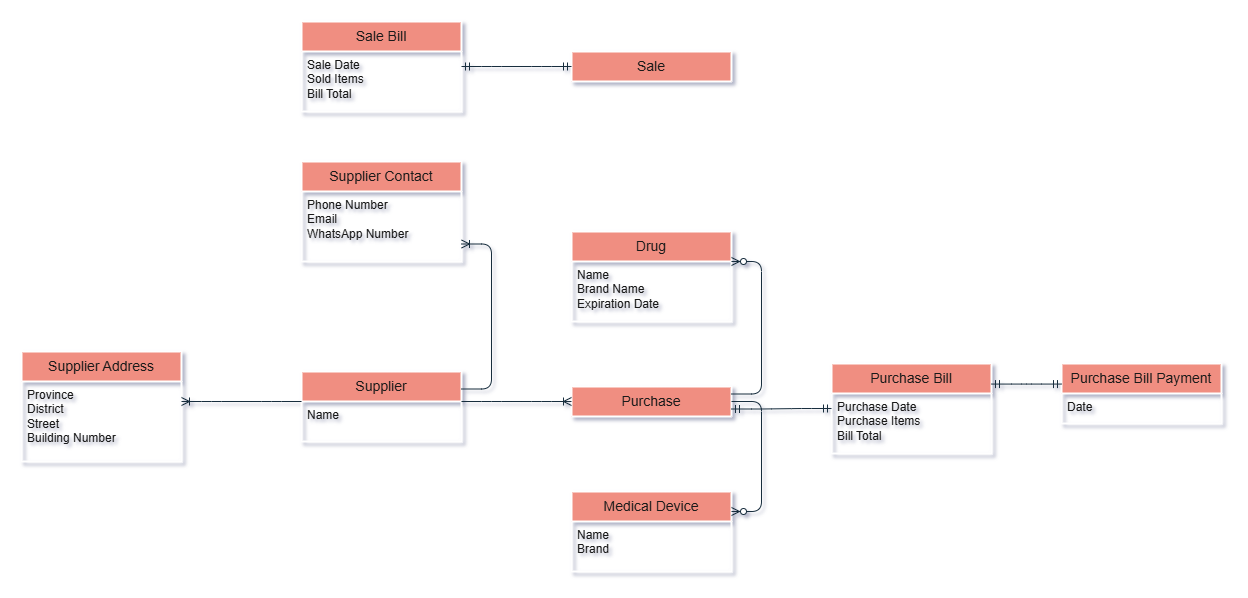
This is Maihan Pharmacy Database System/Assets/ERD.png from reza720/database-projects-collection, a draw.io export, as it was before one commit. Source tidied: cells renumbered, new cells last; positions are measured from the earlier drawing's top-left corner, leaving out a move shared by most shapes.
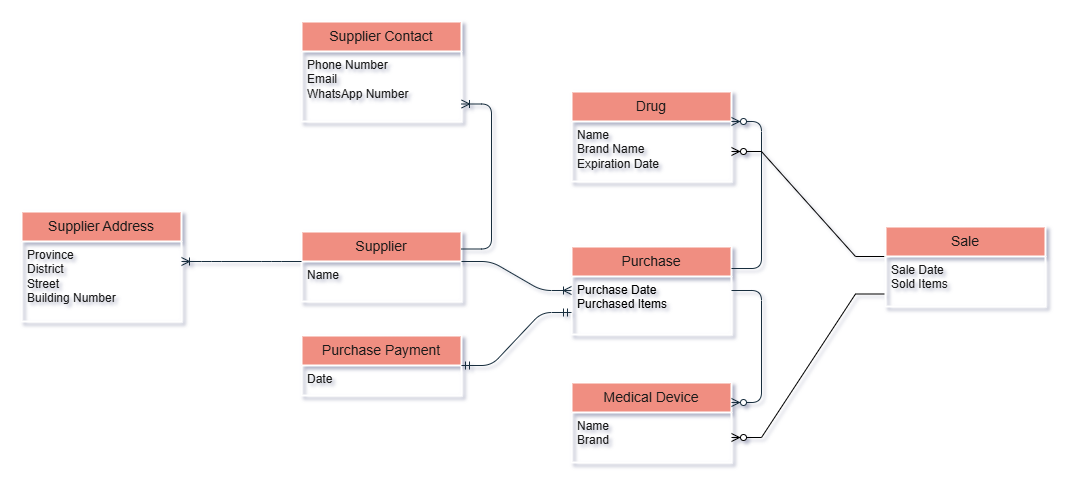
Later version of the same file.

Change to the diagram source:
```diff
@@ -20,20 +20,14 @@
     <mxCell id="7" value="Phone Number&lt;div&gt;Email&lt;/div&gt;&lt;div&gt;WhatsApp Number&lt;/div&gt;" style="align=left;strokeColor=none;fillColor=none;spacingLeft=4;spacingRight=4;fontSize=12;verticalAlign=top;html=1;whiteSpace=wrap;rounded=1;labelBackgroundColor=none;fontColor=#1A1A1A;" parent="6" vertex="1">
       <mxGeometry y="30" width="160" height="70" as="geometry" />
     </mxCell>
-    <mxCell id="8" value="Purchase Bill" style="swimlane;horizontal=1;startSize=30;rounded=1;fontSize=14;fontStyle=0;strokeWidth=2;shadow=0;dashed=0;align=center;arcSize=0;whiteSpace=wrap;html=1;labelBackgroundColor=none;fillColor=#F08E81;strokeColor=#FFFFFF;fontColor=#1A1A1A;" parent="1" vertex="1">
-      <mxGeometry x="810" y="342" width="160" height="90" as="geometry" />
-    </mxCell>
-    <mxCell id="9" value="Purchase Date&lt;div&gt;Purchase Items&lt;/div&gt;&lt;div&gt;Bill Total&lt;/div&gt;" style="align=left;strokeColor=none;fillColor=none;spacingLeft=4;spacingRight=4;fontSize=12;verticalAlign=top;html=1;whiteSpace=wrap;rounded=1;labelBackgroundColor=none;fontColor=#1A1A1A;" parent="8" vertex="1">
-      <mxGeometry y="30" width="160" height="60" as="geometry" />
-    </mxCell>
-    <mxCell id="10" value="Purchase Bill Payment" style="swimlane;horizontal=1;startSize=30;rounded=1;fontSize=14;fontStyle=0;strokeWidth=2;shadow=0;dashed=0;align=center;arcSize=0;whiteSpace=wrap;html=1;labelBackgroundColor=none;fillColor=#F08E81;strokeColor=#FFFFFF;fontColor=#1A1A1A;" parent="1" vertex="1">
-      <mxGeometry x="1040" y="342" width="160" height="60" as="geometry" />
+    <mxCell id="10" value="Purchase Payment" style="swimlane;horizontal=1;startSize=30;rounded=1;fontSize=14;fontStyle=0;strokeWidth=2;shadow=0;dashed=0;align=center;arcSize=0;whiteSpace=wrap;html=1;labelBackgroundColor=none;fillColor=#F08E81;strokeColor=#FFFFFF;fontColor=#1A1A1A;" parent="1" vertex="1">
+      <mxGeometry x="280" y="454" width="160" height="60" as="geometry" />
     </mxCell>
     <mxCell id="11" value="Date" style="align=left;strokeColor=none;fillColor=none;spacingLeft=4;spacingRight=4;fontSize=12;verticalAlign=top;html=1;whiteSpace=wrap;rounded=1;labelBackgroundColor=none;fontColor=#1A1A1A;" parent="10" vertex="1">
       <mxGeometry y="30" width="160" height="30" as="geometry" />
     </mxCell>
     <mxCell id="12" value="Medical Device" style="swimlane;horizontal=1;startSize=30;rounded=1;fontSize=14;fontStyle=0;strokeWidth=2;shadow=0;dashed=0;align=center;arcSize=0;whiteSpace=wrap;html=1;labelBackgroundColor=none;fillColor=#F08E81;strokeColor=#FFFFFF;fontColor=#1A1A1A;" parent="1" vertex="1">
-      <mxGeometry x="550" y="470" width="160" height="80" as="geometry" />
+      <mxGeometry x="550" y="501" width="160" height="80" as="geometry" />
     </mxCell>
     <mxCell id="13" value="Name&amp;nbsp;&lt;div&gt;Brand&lt;/div&gt;&lt;div&gt;&lt;br&gt;&lt;/div&gt;" style="align=left;strokeColor=none;fillColor=none;spacingLeft=4;spacingRight=4;fontSize=12;verticalAlign=top;html=1;whiteSpace=wrap;rounded=1;labelBackgroundColor=none;fontColor=#1A1A1A;" parent="12" vertex="1">
       <mxGeometry y="30" width="160" height="50" as="geometry" />
@@ -45,17 +39,11 @@
       <mxGeometry y="30" width="160" height="60" as="geometry" />
     </mxCell>
     <mxCell id="16" value="Purchase" style="swimlane;horizontal=1;startSize=30;rounded=1;fontSize=14;fontStyle=0;strokeWidth=2;shadow=0;dashed=0;align=center;arcSize=0;whiteSpace=wrap;html=1;labelBackgroundColor=none;fillColor=#F08E81;strokeColor=#FFFFFF;fontColor=#1A1A1A;" parent="1" vertex="1">
-      <mxGeometry x="550" y="365" width="160" height="30" as="geometry" />
+      <mxGeometry x="550" y="365" width="160" height="88" as="geometry" />
     </mxCell>
-    <mxCell id="17" value="Sale Bill" style="swimlane;horizontal=1;startSize=30;rounded=1;fontSize=14;fontStyle=0;strokeWidth=2;shadow=0;dashed=0;align=center;arcSize=0;whiteSpace=wrap;html=1;labelBackgroundColor=none;fillColor=#F08E81;strokeColor=#FFFFFF;fontColor=#1A1A1A;" parent="1" vertex="1">
-      <mxGeometry x="280" width="160" height="90" as="geometry" />
-    </mxCell>
-    <mxCell id="18" value="Sale Date&lt;div&gt;Sold Items&lt;/div&gt;&lt;div&gt;Bill Total&lt;br&gt;&lt;div&gt;&lt;br&gt;&lt;/div&gt;&lt;/div&gt;" style="align=left;strokeColor=none;fillColor=none;spacingLeft=4;spacingRight=4;fontSize=12;verticalAlign=top;html=1;whiteSpace=wrap;rounded=1;labelBackgroundColor=none;fontColor=#1A1A1A;" parent="17" vertex="1">
-      <mxGeometry y="30" width="160" height="60" as="geometry" />
-    </mxCell>
-    <mxCell id="19" value="Sale" style="swimlane;horizontal=1;startSize=30;rounded=1;fontSize=14;fontStyle=0;strokeWidth=2;shadow=0;dashed=0;align=center;arcSize=0;whiteSpace=wrap;html=1;labelBackgroundColor=none;fillColor=#F08E81;strokeColor=#FFFFFF;fontColor=#1A1A1A;" parent="1" vertex="1">
-      <mxGeometry x="550" y="30" width="160" height="30" as="geometry" />
-    </mxCell>
+    <mxCell id="28" value="Purchase Date&lt;div&gt;Purchased Items&lt;/div&gt;" style="text;strokeColor=none;fillColor=none;spacingLeft=4;spacingRight=4;overflow=hidden;fontSize=12;whiteSpace=wrap;html=1;" parent="16" vertex="1">
+      <mxGeometry y="30" width="160" height="58" as="geometry" />
+    </mxCell>
     <mxCell id="20" style="edgeStyle=entityRelationEdgeStyle;fontSize=12;html=1;endArrow=ERoneToMany;rounded=1;exitX=1;exitY=0;exitDx=0;exitDy=0;entryX=0;entryY=0.5;entryDx=0;entryDy=0;labelBackgroundColor=none;strokeColor=#182E3E;fontColor=default;" parent="1" edge="1" source="3" target="16">
       <mxGeometry relative="1" as="geometry" />
     </mxCell>
@@ -71,17 +59,23 @@
     <mxCell id="24" style="edgeStyle=entityRelationEdgeStyle;fontSize=12;html=1;endArrow=ERzeroToMany;endFill=1;rounded=1;exitX=1;exitY=0.25;exitDx=0;exitDy=0;entryX=1;entryY=0;entryDx=0;entryDy=0;labelBackgroundColor=none;strokeColor=#182E3E;fontColor=default;" parent="1" edge="1" source="16" target="15">
       <mxGeometry relative="1" as="geometry" />
     </mxCell>
-    <mxCell id="25" style="edgeStyle=entityRelationEdgeStyle;fontSize=12;html=1;endArrow=ERmandOne;startArrow=ERmandOne;rounded=1;exitX=1;exitY=0.75;exitDx=0;exitDy=0;entryX=0;entryY=0.25;entryDx=0;entryDy=0;labelBackgroundColor=none;strokeColor=#182E3E;fontColor=default;" parent="1" edge="1" source="16" target="9">
+    <mxCell id="25" style="edgeStyle=entityRelationEdgeStyle;fontSize=12;html=1;endArrow=ERmandOne;startArrow=ERmandOne;rounded=1;exitX=0;exitY=0.75;exitDx=0;exitDy=0;entryX=1;entryY=0;entryDx=0;entryDy=0;labelBackgroundColor=none;strokeColor=#182E3E;fontColor=default;" parent="1" edge="1" source="16" target="11">
       <mxGeometry relative="1" as="geometry" />
     </mxCell>
-    <mxCell id="26" style="edgeStyle=entityRelationEdgeStyle;fontSize=12;html=1;endArrow=ERmandOne;startArrow=ERmandOne;rounded=1;exitX=1;exitY=0.25;exitDx=0;exitDy=0;entryX=0;entryY=0;entryDx=0;entryDy=0;labelBackgroundColor=none;strokeColor=#182E3E;fontColor=default;" parent="1" edge="1">
-      <mxGeometry relative="1" as="geometry">
-        <mxPoint x="970" y="362.6" as="sourcePoint" />
-        <mxPoint x="1040" y="362.6" as="targetPoint" />
-      </mxGeometry>
-    </mxCell>
-    <mxCell id="27" style="edgeStyle=entityRelationEdgeStyle;fontSize=12;html=1;endArrow=ERmandOne;startArrow=ERmandOne;rounded=1;exitX=0;exitY=0.5;exitDx=0;exitDy=0;entryX=1;entryY=0.25;entryDx=0;entryDy=0;labelBackgroundColor=none;strokeColor=#182E3E;fontColor=default;" parent="1" edge="1" source="19" target="18">
-      <mxGeometry relative="1" as="geometry" />
-    </mxCell>
+    <mxCell id="29" style="edgeStyle=entityRelationEdgeStyle;fontSize=12;html=1;endArrow=ERzeroToMany;endFill=1;rounded=0;exitX=0;exitY=0;exitDx=0;exitDy=0;entryX=1;entryY=0.5;entryDx=0;entryDy=0;" parent="1" edge="1" source="31" target="15">
+      <mxGeometry relative="1" as="geometry" />
+    </mxCell>
+    <mxCell id="30" style="edgeStyle=entityRelationEdgeStyle;fontSize=12;html=1;endArrow=ERzeroToMany;endFill=1;rounded=0;exitX=0;exitY=0.75;exitDx=0;exitDy=0;entryX=1;entryY=0.5;entryDx=0;entryDy=0;" parent="1" edge="1" source="31" target="13">
+      <mxGeometry relative="1" as="geometry" />
+    </mxCell>
+    <mxCell id="19" value="Sale" style="swimlane;horizontal=1;startSize=30;rounded=1;fontSize=14;fontStyle=0;strokeWidth=2;shadow=0;dashed=0;align=center;arcSize=0;whiteSpace=wrap;html=1;labelBackgroundColor=none;fillColor=#F08E81;strokeColor=#FFFFFF;fontColor=#1A1A1A;" parent="1" vertex="1">
+      <mxGeometry x="864" y="345" width="160" height="80" as="geometry" />
+    </mxCell>
+    <mxCell id="31" value="&lt;div&gt;Sale Date&lt;/div&gt;&lt;div&gt;Sold Items&lt;/div&gt;" style="align=left;strokeColor=none;fillColor=none;spacingLeft=4;spacingRight=4;fontSize=12;verticalAlign=top;html=1;whiteSpace=wrap;rounded=1;labelBackgroundColor=none;fontColor=#1A1A1A;" parent="19" vertex="1">
+      <mxGeometry y="30" width="160" height="50" as="geometry" />
+    </mxCell>
+    <mxCell id="32" value="&lt;div&gt;&lt;br&gt;&lt;/div&gt;" style="align=left;strokeColor=none;fillColor=none;spacingLeft=4;spacingRight=4;fontSize=12;verticalAlign=top;html=1;whiteSpace=wrap;rounded=1;labelBackgroundColor=none;fontColor=#1A1A1A;" parent="19" vertex="1">
+      <mxGeometry y="80" width="160" as="geometry" />
+    </mxCell>
   </root>
 </mxGraphModel>
```
